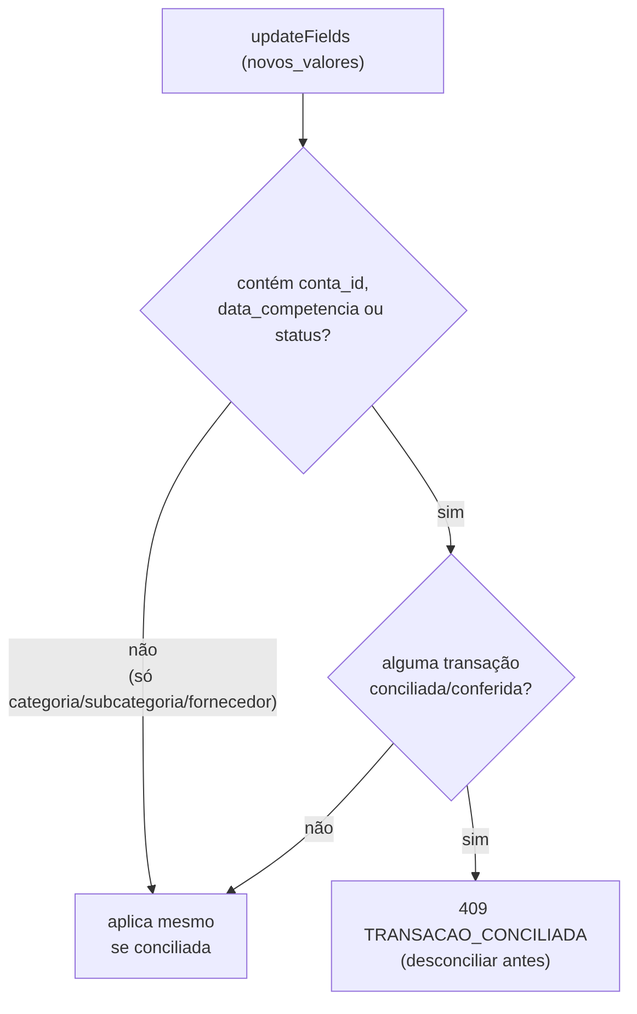
Above: docs/diagramas/exports/fluxo-financeiro_17.png in adrianoapc/igreja-carvalho (Mermaid), before the change. Its source is kept beside it as docs/diagramas/exports/fluxo-financeiro_17.mmd. Its diagram source:
```mermaid
flowchart TD
    REQ["updateFields (novos_valores)"] --> CHECK{"contém conta_id,\ndata_competencia ou status?"}
    CHECK -->|"não\n(só categoria/subcategoria/fornecedor)"| LIVRE["aplica mesmo\nse conciliada"]
    CHECK -->|"sim"| CONC{"alguma transação\nconciliada/conferida?"}
    CONC -->|"não"| LIVRE
    CONC -->|"sim"| BLOQ["409 TRANSACAO_CONCILIADA\n(desconciliar antes)"]
```
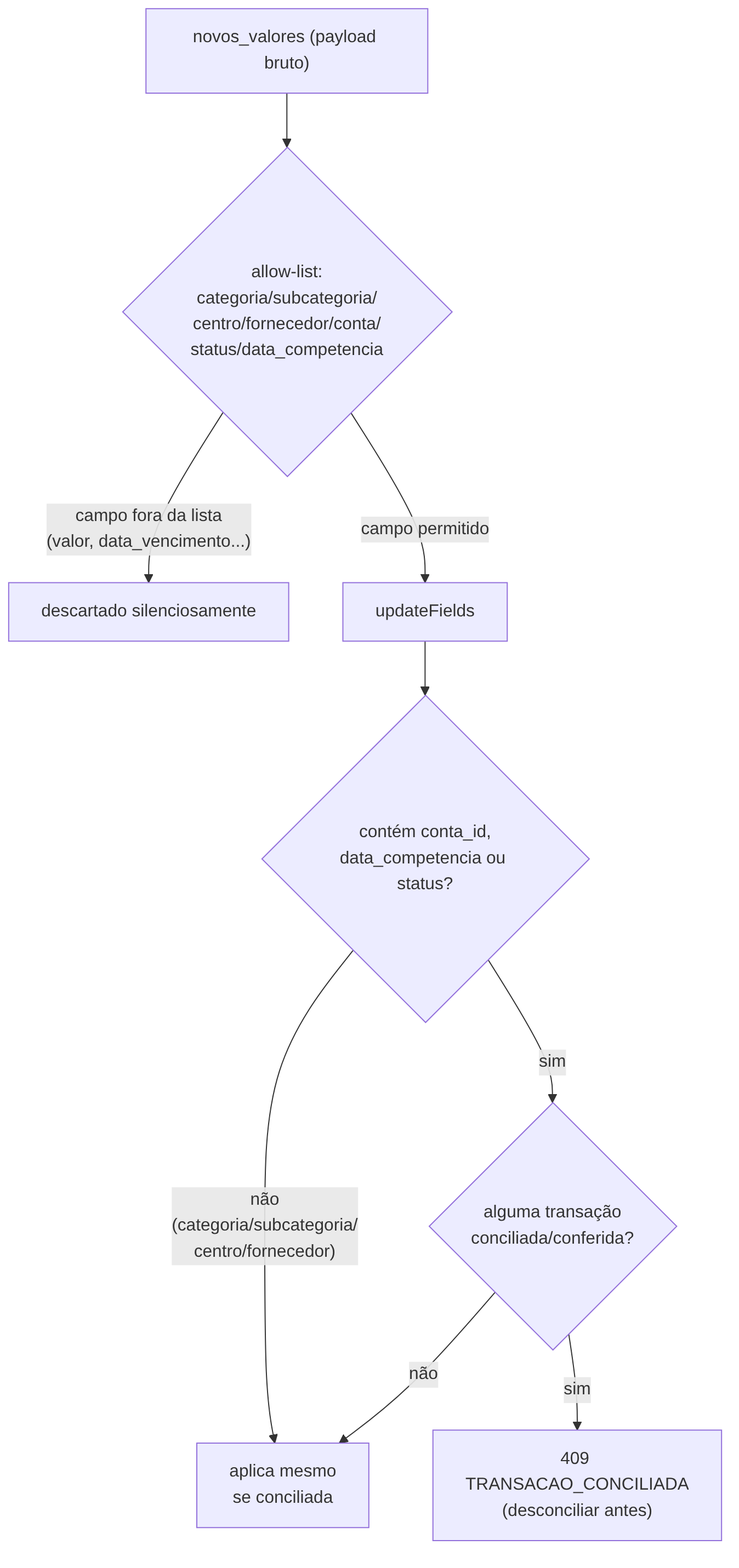
The same file after the commit.

The edit, as a diff of the source:
```diff
@@ -1,6 +1,9 @@
 flowchart TD
-    REQ["updateFields (novos_valores)"] --> CHECK{"contém conta_id,\ndata_competencia ou status?"}
-    CHECK -->|"não\n(só categoria/subcategoria/fornecedor)"| LIVRE["aplica mesmo\nse conciliada"]
+    RAW["novos_valores (payload bruto)"] --> ALLOW{"allow-list:\ncategoria/subcategoria/\ncentro/fornecedor/conta/\nstatus/data_competencia"}
+    ALLOW -->|"campo fora da lista\n(valor, data_vencimento...)"| DROP["descartado silenciosamente"]
+    ALLOW -->|"campo permitido"| REQ["updateFields"]
+    REQ --> CHECK{"contém conta_id,\ndata_competencia ou status?"}
+    CHECK -->|"não\n(categoria/subcategoria/\ncentro/fornecedor)"| LIVRE["aplica mesmo\nse conciliada"]
     CHECK -->|"sim"| CONC{"alguma transação\nconciliada/conferida?"}
     CONC -->|"não"| LIVRE
     CONC -->|"sim"| BLOQ["409 TRANSACAO_CONCILIADA\n(desconciliar antes)"]
```
